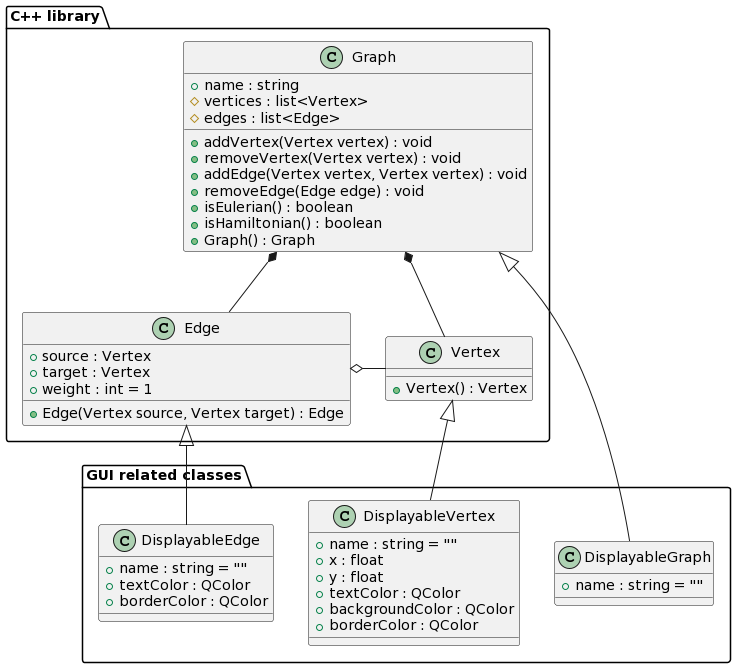
This is docs/diagrams/class_diagram/class_diagram.png from joflucki/graphpp, a PlantUML export, as it was before one commit. Its source is kept beside it as docs/diagrams/class_diagram/class_diagram.puml.
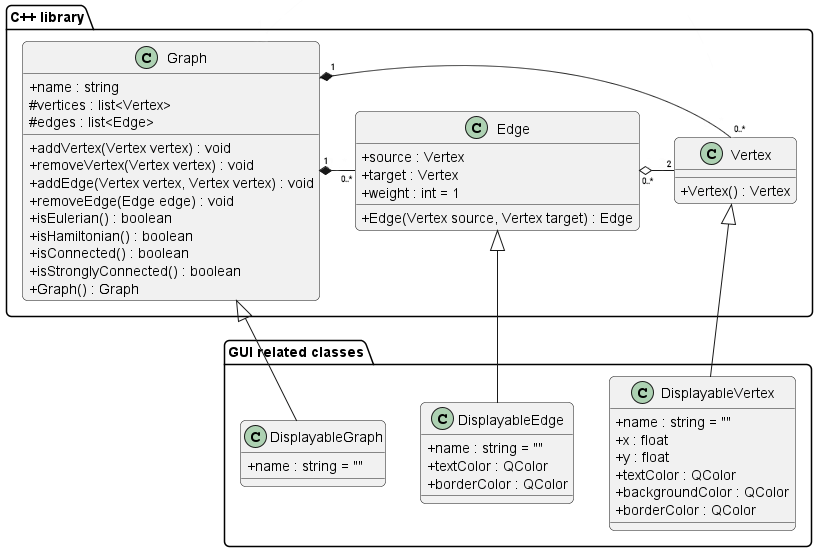
Later version of the same file.

Commit message:
class diagram update

What changed in the source:
```diff
@@ -1,4 +1,8 @@
 @startuml Graph++ Class Diagram
+skinparam {
+    classAttributeIconSize 0
+    RoundCorner 10
+}
 package "C++ library" {
     class Graph {
         +name : string
@@ -10,6 +14,8 @@
         +removeEdge(Edge edge) : void
         +isEulerian() : boolean
         +isHamiltonian() : boolean
+        +isConnected() : boolean
+        +isStronglyConnected() : boolean
         +Graph() : Graph
     }
 
@@ -24,9 +30,9 @@
         +Vertex() : Vertex
     }
 
-    Vertex -left-o Edge
-    Edge -up-* Graph
-    Vertex -up-* Graph
+    Vertex "2" -l-o "0..*" Edge
+    Edge "0..*" --l--* "1" Graph
+    Vertex "0..* " -l-* "1" Graph
 }
 
 package "GUI related classes"{
@@ -51,9 +57,10 @@
 
 
 
-Vertex <|-down- DisplayableVertex
-Edge <|-down- DisplayableEdge
-Graph <|-down- DisplayableGraph
+Vertex <|-d- DisplayableVertex
+Edge <|-d- DisplayableEdge
+Graph <|-d- DisplayableGraph
+
 
 
 
```
